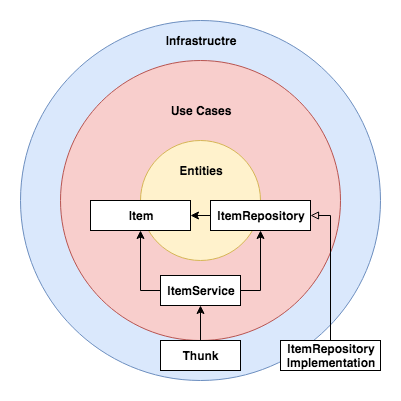
janithl/janithl.github.io keeps this draw.io diagram as images/clean-react-arch-2.png. Above is the earlier version. Source tidied: cells renumbered, new cells last; positions are measured from the earlier drawing's top-left corner, leaving out a move shared by most shapes. The source it was exported from:
```xml
<mxGraphModel>
  <root>
    <mxCell id="0" />
    <mxCell id="1" parent="0" />
    <mxCell id="2" style="ellipse;whiteSpace=wrap;html=1;fillColor=#dae8fc;strokeColor=#6c8ebf;" parent="1" vertex="1">
      <mxGeometry width="360" height="360" as="geometry" />
    </mxCell>
    <mxCell id="3" style="ellipse;whiteSpace=wrap;html=1;fillColor=#f8cecc;strokeColor=#b85450;" parent="1" vertex="1">
      <mxGeometry x="40" y="40" width="280" height="280" as="geometry" />
    </mxCell>
    <mxCell id="4" style="ellipse;whiteSpace=wrap;html=1;fillColor=#fff2cc;strokeColor=#d6b656;" parent="1" vertex="1">
      <mxGeometry x="120" y="120" width="120" height="120" as="geometry" />
    </mxCell>
    <mxCell id="5" value="Item" style="rounded=0;whiteSpace=wrap;html=1;fontStyle=1;" parent="1" vertex="1">
      <mxGeometry x="70" y="180" width="100" height="30" as="geometry" />
    </mxCell>
    <mxCell id="6" style="edgeStyle=orthogonalEdgeStyle;rounded=0;jettySize=auto;html=1;exitX=0;exitY=0.5;exitDx=0;exitDy=0;entryX=0.5;entryY=1;entryDx=0;entryDy=0;" parent="1" edge="1" source="8" target="5">
      <mxGeometry relative="1" as="geometry" />
    </mxCell>
    <mxCell id="7" style="edgeStyle=orthogonalEdgeStyle;rounded=0;jettySize=auto;html=1;exitX=1;exitY=0.5;exitDx=0;exitDy=0;entryX=0.5;entryY=1;entryDx=0;entryDy=0;" parent="1" edge="1" source="8" target="15">
      <mxGeometry relative="1" as="geometry" />
    </mxCell>
    <mxCell id="8" value="ItemService" style="rounded=0;whiteSpace=wrap;html=1;fontStyle=1;" parent="1" vertex="1">
      <mxGeometry x="140" y="255" width="80" height="30" as="geometry" />
    </mxCell>
    <mxCell id="9" value="Entities" style="text;html=1;strokeColor=none;fillColor=none;align=center;verticalAlign=middle;whiteSpace=wrap;rounded=0;fontStyle=1;" parent="1" vertex="1">
      <mxGeometry x="160" y="140" width="40" height="20" as="geometry" />
    </mxCell>
    <mxCell id="10" value="Use Cases" style="text;html=1;strokeColor=none;fillColor=none;align=center;verticalAlign=middle;whiteSpace=wrap;rounded=0;fontStyle=1;" parent="1" vertex="1">
      <mxGeometry x="145" y="80" width="70" height="20" as="geometry" />
    </mxCell>
    <mxCell id="11" value="Infrastructre" style="text;html=1;strokeColor=none;fillColor=none;align=center;verticalAlign=middle;whiteSpace=wrap;rounded=0;fontStyle=1;" parent="1" vertex="1">
      <mxGeometry x="145" y="10" width="70" height="20" as="geometry" />
    </mxCell>
    <mxCell id="12" style="edgeStyle=orthogonalEdgeStyle;rounded=0;jettySize=auto;html=1;exitX=0.5;exitY=0;exitDx=0;exitDy=0;entryX=0.5;entryY=1;entryDx=0;entryDy=0;" parent="1" edge="1" source="13" target="8">
      <mxGeometry relative="1" as="geometry" />
    </mxCell>
    <mxCell id="13" value="Thunk" style="rounded=0;whiteSpace=wrap;html=1;fontStyle=1;" parent="1" vertex="1">
      <mxGeometry x="140" y="320" width="80" height="30" as="geometry" />
    </mxCell>
    <mxCell id="14" style="edgeStyle=orthogonalEdgeStyle;rounded=0;jettySize=auto;html=1;exitX=0;exitY=0.5;exitDx=0;exitDy=0;entryX=1;entryY=0.5;entryDx=0;entryDy=0;" parent="1" edge="1" source="15" target="5">
      <mxGeometry relative="1" as="geometry" />
    </mxCell>
    <mxCell id="15" value="ItemRepository" style="rounded=0;whiteSpace=wrap;html=1;fontStyle=1;" parent="1" vertex="1">
      <mxGeometry x="190" y="180" width="100" height="30" as="geometry" />
    </mxCell>
    <mxCell id="16" style="edgeStyle=orthogonalEdgeStyle;rounded=0;jettySize=auto;html=1;exitX=0.5;exitY=0;exitDx=0;exitDy=0;entryX=1;entryY=0.5;entryDx=0;entryDy=0;endArrow=block;endFill=0;" parent="1" edge="1" source="17" target="15">
      <mxGeometry relative="1" as="geometry" />
    </mxCell>
    <mxCell id="17" value="ItemRepository&lt;br&gt;Implementation" style="rounded=0;whiteSpace=wrap;html=1;fontStyle=1;" parent="1" vertex="1">
      <mxGeometry x="260" y="320" width="100" height="30" as="geometry" />
    </mxCell>
  </root>
</mxGraphModel>
```
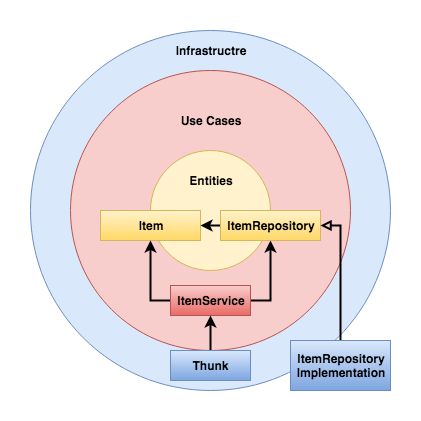
Later version of the same file.

The edit, as a diff of the source:
```diff
@@ -11,16 +11,16 @@
     <mxCell id="4" style="ellipse;whiteSpace=wrap;html=1;fillColor=#fff2cc;strokeColor=#d6b656;" parent="1" vertex="1">
       <mxGeometry x="120" y="120" width="120" height="120" as="geometry" />
     </mxCell>
-    <mxCell id="5" value="Item" style="rounded=0;whiteSpace=wrap;html=1;fontStyle=1;" parent="1" vertex="1">
+    <mxCell id="5" value="Item" style="rounded=0;whiteSpace=wrap;html=1;fontStyle=1;fillColor=#fff2cc;strokeColor=#d6b656;gradientColor=#FFD966;" parent="1" vertex="1">
       <mxGeometry x="70" y="180" width="100" height="30" as="geometry" />
     </mxCell>
-    <mxCell id="6" style="edgeStyle=orthogonalEdgeStyle;rounded=0;jettySize=auto;html=1;exitX=0;exitY=0.5;exitDx=0;exitDy=0;entryX=0.5;entryY=1;entryDx=0;entryDy=0;" parent="1" edge="1" source="8" target="5">
+    <mxCell id="6" style="edgeStyle=orthogonalEdgeStyle;rounded=0;jettySize=auto;html=1;exitX=0;exitY=0.5;exitDx=0;exitDy=0;entryX=0.5;entryY=1;entryDx=0;entryDy=0;strokeWidth=2;" parent="1" edge="1" source="8" target="5">
       <mxGeometry relative="1" as="geometry" />
     </mxCell>
-    <mxCell id="7" style="edgeStyle=orthogonalEdgeStyle;rounded=0;jettySize=auto;html=1;exitX=1;exitY=0.5;exitDx=0;exitDy=0;entryX=0.5;entryY=1;entryDx=0;entryDy=0;" parent="1" edge="1" source="8" target="15">
+    <mxCell id="7" style="edgeStyle=orthogonalEdgeStyle;rounded=0;jettySize=auto;html=1;exitX=1;exitY=0.5;exitDx=0;exitDy=0;entryX=0.5;entryY=1;entryDx=0;entryDy=0;strokeWidth=2;" parent="1" edge="1" source="8" target="15">
       <mxGeometry relative="1" as="geometry" />
     </mxCell>
-    <mxCell id="8" value="ItemService" style="rounded=0;whiteSpace=wrap;html=1;fontStyle=1;" parent="1" vertex="1">
+    <mxCell id="8" value="ItemService" style="rounded=0;whiteSpace=wrap;html=1;fontStyle=1;fillColor=#f8cecc;strokeColor=#b85450;gradientColor=#EA6B66;" parent="1" vertex="1">
       <mxGeometry x="140" y="255" width="80" height="30" as="geometry" />
     </mxCell>
     <mxCell id="9" value="Entities" style="text;html=1;strokeColor=none;fillColor=none;align=center;verticalAlign=middle;whiteSpace=wrap;rounded=0;fontStyle=1;" parent="1" vertex="1">
@@ -32,23 +32,23 @@
     <mxCell id="11" value="Infrastructre" style="text;html=1;strokeColor=none;fillColor=none;align=center;verticalAlign=middle;whiteSpace=wrap;rounded=0;fontStyle=1;" parent="1" vertex="1">
       <mxGeometry x="145" y="10" width="70" height="20" as="geometry" />
     </mxCell>
-    <mxCell id="12" style="edgeStyle=orthogonalEdgeStyle;rounded=0;jettySize=auto;html=1;exitX=0.5;exitY=0;exitDx=0;exitDy=0;entryX=0.5;entryY=1;entryDx=0;entryDy=0;" parent="1" edge="1" source="13" target="8">
+    <mxCell id="12" style="edgeStyle=orthogonalEdgeStyle;rounded=0;jettySize=auto;html=1;exitX=0.5;exitY=0;exitDx=0;exitDy=0;entryX=0.5;entryY=1;entryDx=0;entryDy=0;strokeWidth=2;" parent="1" edge="1" source="13" target="8">
       <mxGeometry relative="1" as="geometry" />
     </mxCell>
-    <mxCell id="13" value="Thunk" style="rounded=0;whiteSpace=wrap;html=1;fontStyle=1;" parent="1" vertex="1">
+    <mxCell id="13" value="Thunk" style="rounded=0;whiteSpace=wrap;html=1;fontStyle=1;fillColor=#dae8fc;strokeColor=#6c8ebf;gradientColor=#7EA6E0;" parent="1" vertex="1">
       <mxGeometry x="140" y="320" width="80" height="30" as="geometry" />
     </mxCell>
-    <mxCell id="14" style="edgeStyle=orthogonalEdgeStyle;rounded=0;jettySize=auto;html=1;exitX=0;exitY=0.5;exitDx=0;exitDy=0;entryX=1;entryY=0.5;entryDx=0;entryDy=0;" parent="1" edge="1" source="15" target="5">
+    <mxCell id="14" style="edgeStyle=orthogonalEdgeStyle;rounded=0;jettySize=auto;html=1;exitX=0;exitY=0.5;exitDx=0;exitDy=0;entryX=1;entryY=0.5;entryDx=0;entryDy=0;strokeWidth=2;" parent="1" edge="1" source="15" target="5">
       <mxGeometry relative="1" as="geometry" />
     </mxCell>
-    <mxCell id="15" value="ItemRepository" style="rounded=0;whiteSpace=wrap;html=1;fontStyle=1;" parent="1" vertex="1">
+    <mxCell id="15" value="ItemRepository" style="rounded=0;whiteSpace=wrap;html=1;fontStyle=1;fillColor=#fff2cc;strokeColor=#d6b656;gradientColor=#FFD966;" parent="1" vertex="1">
       <mxGeometry x="190" y="180" width="100" height="30" as="geometry" />
     </mxCell>
-    <mxCell id="16" style="edgeStyle=orthogonalEdgeStyle;rounded=0;jettySize=auto;html=1;exitX=0.5;exitY=0;exitDx=0;exitDy=0;entryX=1;entryY=0.5;entryDx=0;entryDy=0;endArrow=block;endFill=0;" parent="1" edge="1" source="17" target="15">
+    <mxCell id="16" style="edgeStyle=orthogonalEdgeStyle;rounded=0;jettySize=auto;html=1;exitX=0.5;exitY=0;exitDx=0;exitDy=0;entryX=1;entryY=0.5;entryDx=0;entryDy=0;endArrow=block;endFill=0;strokeWidth=2;" parent="1" edge="1" source="17" target="15">
       <mxGeometry relative="1" as="geometry" />
     </mxCell>
-    <mxCell id="17" value="ItemRepository&lt;br&gt;Implementation" style="rounded=0;whiteSpace=wrap;html=1;fontStyle=1;" parent="1" vertex="1">
-      <mxGeometry x="260" y="320" width="100" height="30" as="geometry" />
+    <mxCell id="17" value="ItemRepository&lt;br&gt;Implementation" style="rounded=0;whiteSpace=wrap;html=1;fontStyle=1;fillColor=#dae8fc;strokeColor=#6c8ebf;gradientColor=#7EA6E0;" parent="1" vertex="1">
+      <mxGeometry x="260" y="310" width="100" height="50" as="geometry" />
     </mxCell>
   </root>
 </mxGraphModel>
```
